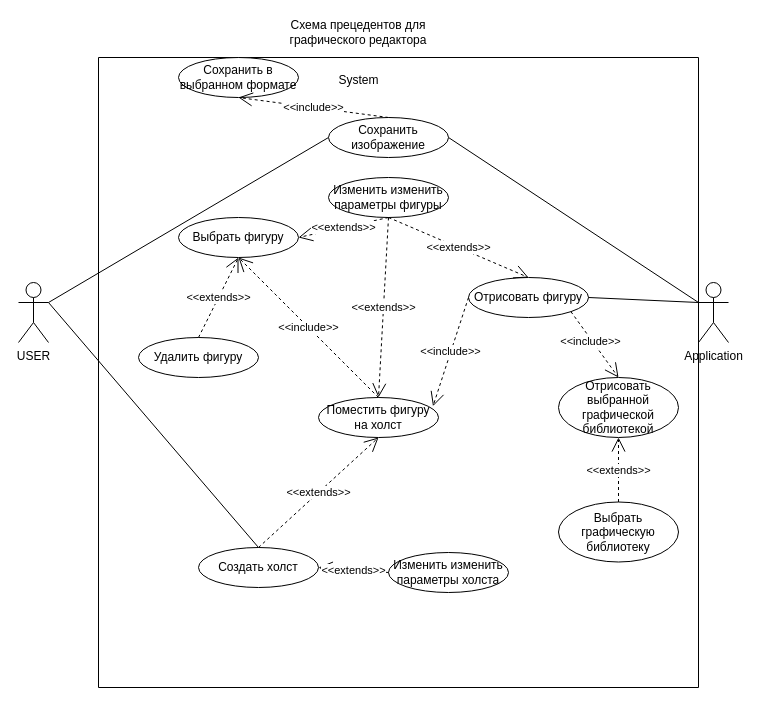
Above: Диаграмма без названия.drawio in MstislavRomanovski/ProgramIngeneering (draw.io), before the change. Source tidied: cells renumbered, new cells numbered last; positions are measured from the earlier drawing's top-left corner, leaving out a move shared by most shapes. Both pictures are drawn from the tidied source at 100%, with x=0, y=0 at pixel (18, 17).
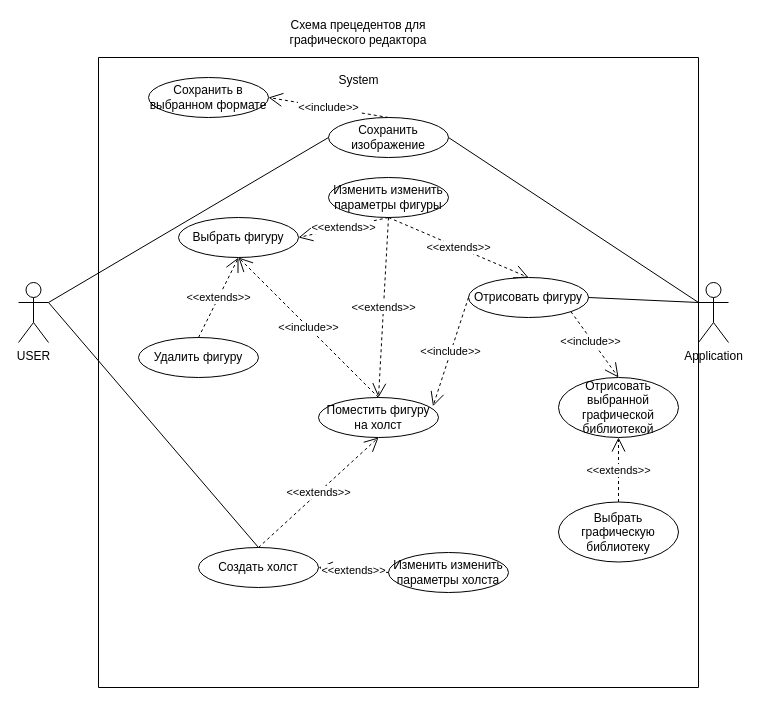
After the change.

The change refers to these unchanged cells:
```xml
<mxCell id="7" style="swimlane;startSize=0;" parent="1" vertex="1">
  <mxGeometry x="80" y="40" width="600" height="630" as="geometry" />
</mxCell>
<mxCell id="15" value="Сохранить изображение" style="ellipse;whiteSpace=wrap;html=1;" parent="7" vertex="1">
  <mxGeometry x="230" y="60" width="120" height="40" as="geometry" />
</mxCell>
```

Change to the diagram source:
```diff
@@
     <mxCell id="11" value="Сохранить в выбранном формате" style="ellipse;whiteSpace=wrap;html=1;" parent="7" vertex="1">
-      <mxGeometry x="80" width="120" height="40" as="geometry" />
+      <mxGeometry x="50" y="20" width="120" height="40" as="geometry" />
     </mxCell>
@@
-    <mxCell id="16" value="&amp;lt;&amp;lt;include&amp;gt;&amp;gt;" style="endArrow=open;endSize=12;dashed=1;html=1;rounded=0;exitX=0.5;exitY=0;exitDx=0;exitDy=0;entryX=0.5;entryY=1;entryDx=0;entryDy=0;" parent="7" edge="1" source="15" target="11">
+    <mxCell id="16" value="&amp;lt;&amp;lt;include&amp;gt;&amp;gt;" style="endArrow=open;endSize=12;dashed=1;html=1;rounded=0;exitX=0.5;exitY=0;exitDx=0;exitDy=0;entryX=1;entryY=0.5;entryDx=0;entryDy=0;" parent="7" edge="1" source="15" target="11">
       <mxGeometry relative="1" as="geometry" />
     </mxCell>
```
